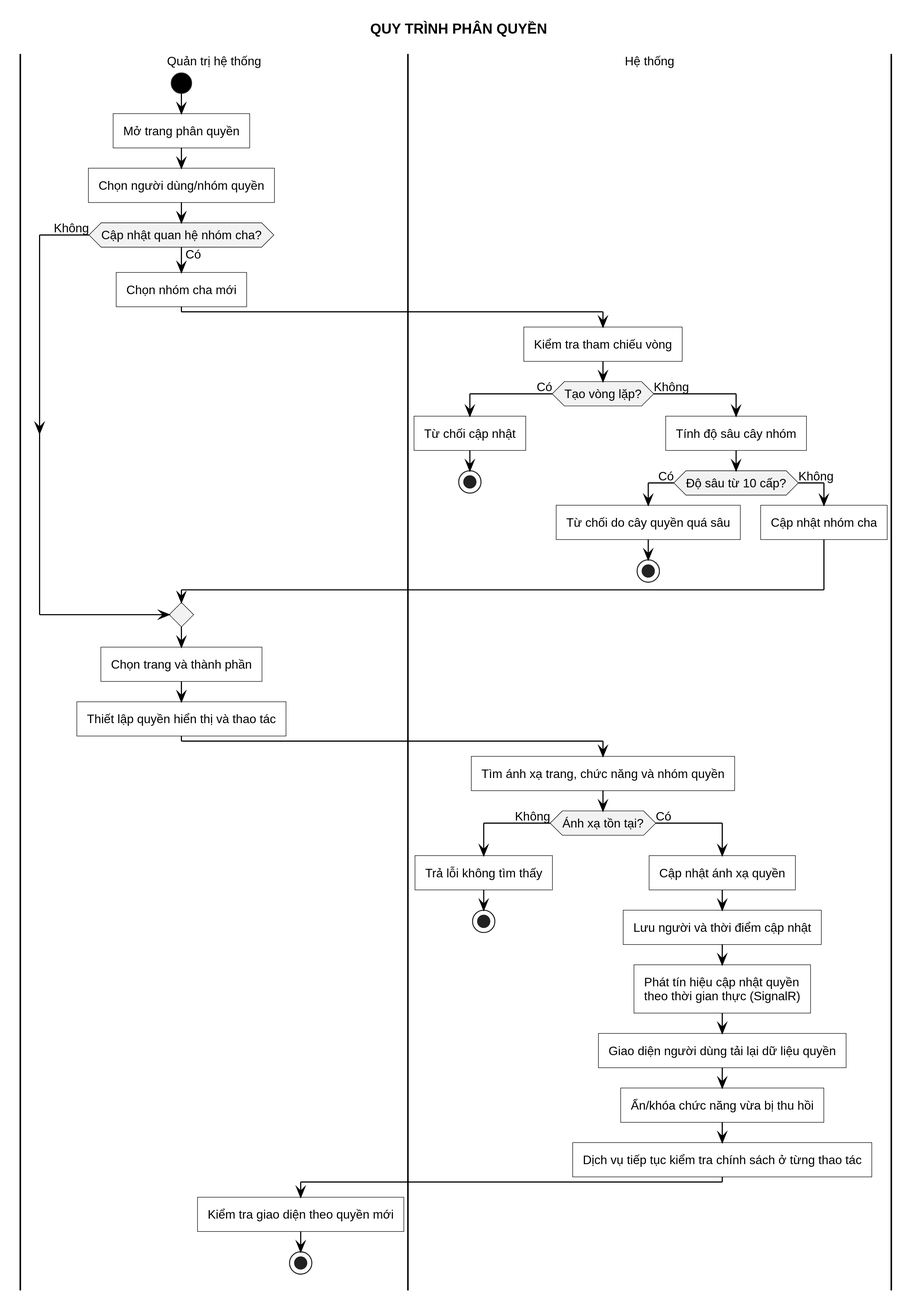
The PlantUML diagram LVTN/diagrams/ch03/activity-manage-permissions.svg in Miikey24s/gtas_vpp, before a commit.
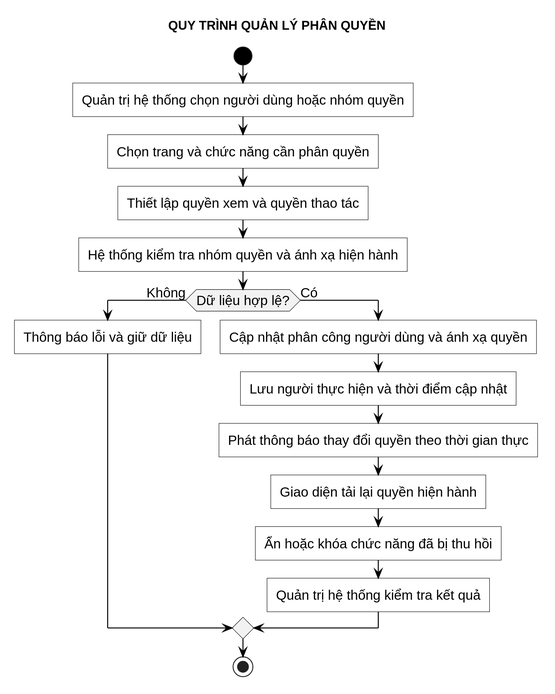
The same diagram one commit later.

Diff of the diagram source:
```diff
@@ -1,46 +1,21 @@
 @startuml
 !include ../common/activity-style.puml
-title QUY TRÌNH PHÂN QUYỀN
+title QUY TRÌNH QUẢN LÝ PHÂN QUYỀN
 
-|Quản trị hệ thống|
 start
-:Mở trang phân quyền;
-:Chọn người dùng/nhóm quyền;
-if (Cập nhật quan hệ nhóm cha?) then (Có)
-  :Chọn nhóm cha mới;
-  |Hệ thống|
-  :Kiểm tra tham chiếu vòng;
-  if (Tạo vòng lặp?) then (Có)
-    :Từ chối cập nhật;
-    stop
-  else (Không)
-    :Tính độ sâu cây nhóm;
-    if (Độ sâu từ 10 cấp?) then (Có)
-      :Từ chối do cây quyền quá sâu;
-      stop
-    else (Không)
-      :Cập nhật nhóm cha;
-    endif
-  endif
-else (Không)
+:Quản trị hệ thống chọn người dùng hoặc nhóm quyền;
+:Chọn trang và chức năng cần phân quyền;
+:Thiết lập quyền xem và quyền thao tác;
+:Hệ thống kiểm tra nhóm quyền và ánh xạ hiện hành;
+if (Dữ liệu hợp lệ?) then (Không)
+  :Thông báo lỗi và giữ dữ liệu;
+else (Có)
+  :Cập nhật phân công người dùng và ánh xạ quyền;
+  :Lưu người thực hiện và thời điểm cập nhật;
+  :Phát thông báo thay đổi quyền theo thời gian thực;
+  :Giao diện tải lại quyền hiện hành;
+  :Ẩn hoặc khóa chức năng đã bị thu hồi;
+  :Quản trị hệ thống kiểm tra kết quả;
 endif
-|Quản trị hệ thống|
-:Chọn trang và thành phần;
-:Thiết lập quyền hiển thị và thao tác;
-|Hệ thống|
-:Tìm ánh xạ trang, chức năng và nhóm quyền;
-if (Ánh xạ tồn tại?) then (Không)
-  :Trả lỗi không tìm thấy;
-  stop
-else (Có)
-  :Cập nhật ánh xạ quyền;
-  :Lưu người và thời điểm cập nhật;
-  :Phát tín hiệu cập nhật quyền\ntheo thời gian thực (SignalR);
-  :Giao diện người dùng tải lại dữ liệu quyền;
-  :Ẩn/khóa chức năng vừa bị thu hồi;
-  :Dịch vụ tiếp tục kiểm tra chính sách ở từng thao tác;
-  |Quản trị hệ thống|
-  :Kiểm tra giao diện theo quyền mới;
-  stop
-endif
+stop
 @enduml
```
